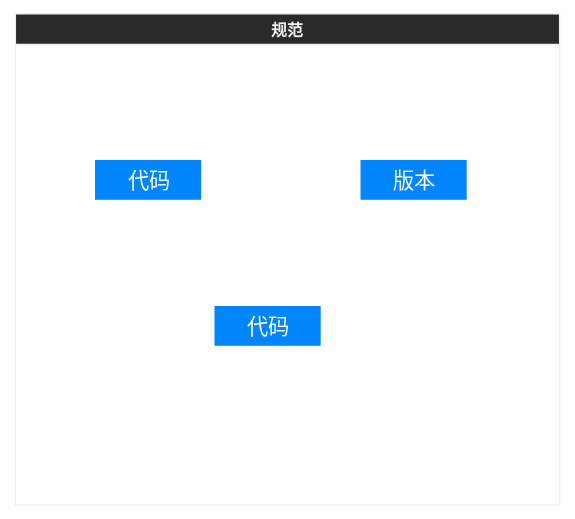
Above: 笔记/前端/工程化/Untitled Diagram.svg in Echo-Yanglulu/obsidianPrivateNote (draw.io), before the change. Source tidied: cells renumbered, new cells last; positions are measured from the earlier drawing's top-left corner, leaving out a move shared by most shapes.
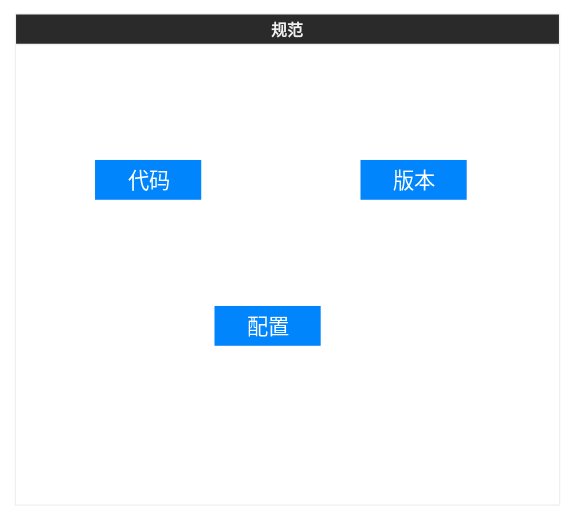
Later version of the same file.

What changed in the source:
```diff
@@ -11,7 +11,7 @@
     <mxCell id="4" value="版本" style="html=1;shadow=0;dashed=0;shape=mxgraph.bootstrap.rrect;rSize=5;strokeColor=none;strokeWidth=1;fillColor=#0085FC;fontColor=#FFFFFF;whiteSpace=wrap;align=center;verticalAlign=middle;spacingLeft=0;fontStyle=0;fontSize=16;spacing=5;" parent="2" vertex="1">
       <mxGeometry x="260" y="110" width="80" height="30" as="geometry" />
     </mxCell>
-    <mxCell id="5" value="代码" style="html=1;shadow=0;dashed=0;shape=mxgraph.bootstrap.rrect;rSize=5;strokeColor=none;strokeWidth=1;fillColor=#0085FC;fontColor=#FFFFFF;whiteSpace=wrap;align=center;verticalAlign=middle;spacingLeft=0;fontStyle=0;fontSize=16;spacing=5;" parent="2" vertex="1">
+    <mxCell id="5" value="配置" style="html=1;shadow=0;dashed=0;shape=mxgraph.bootstrap.rrect;rSize=5;strokeColor=none;strokeWidth=1;fillColor=#0085FC;fontColor=#FFFFFF;whiteSpace=wrap;align=center;verticalAlign=middle;spacingLeft=0;fontStyle=0;fontSize=16;spacing=5;" parent="2" vertex="1">
       <mxGeometry x="150" y="220" width="80" height="30" as="geometry" />
     </mxCell>
   </root>
```
